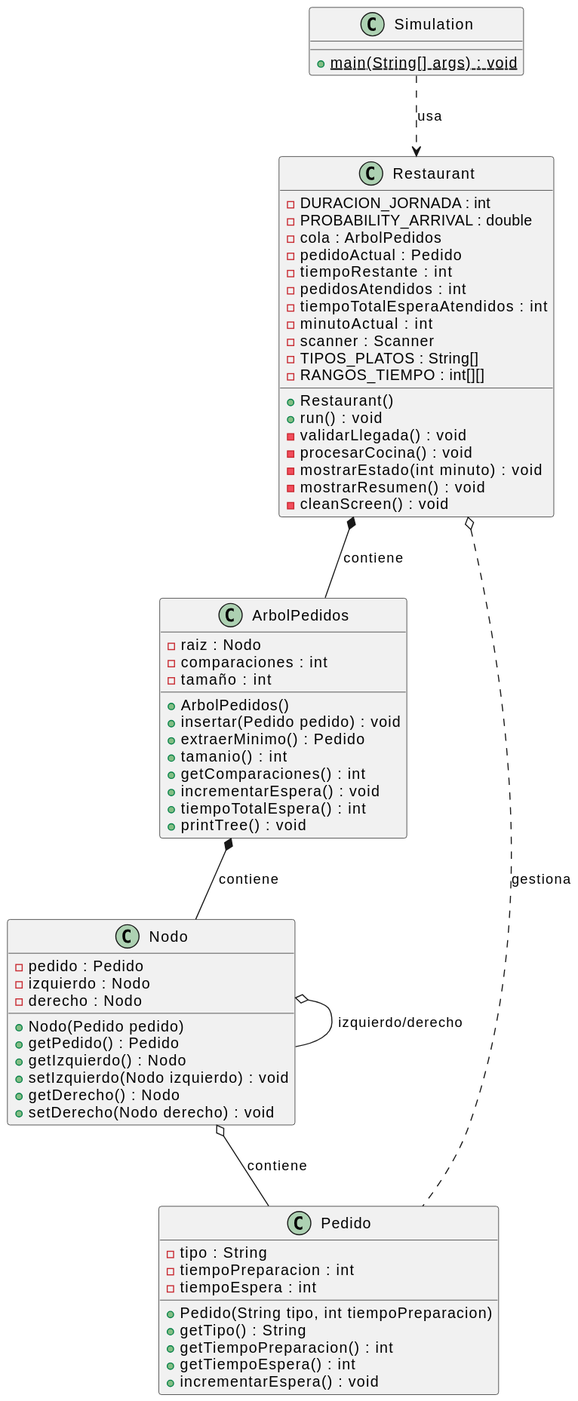
The PlantUML diagram images/entregas/masiasManuel/DdC.svg in mmasias/25-26-EDA1, before a commit.
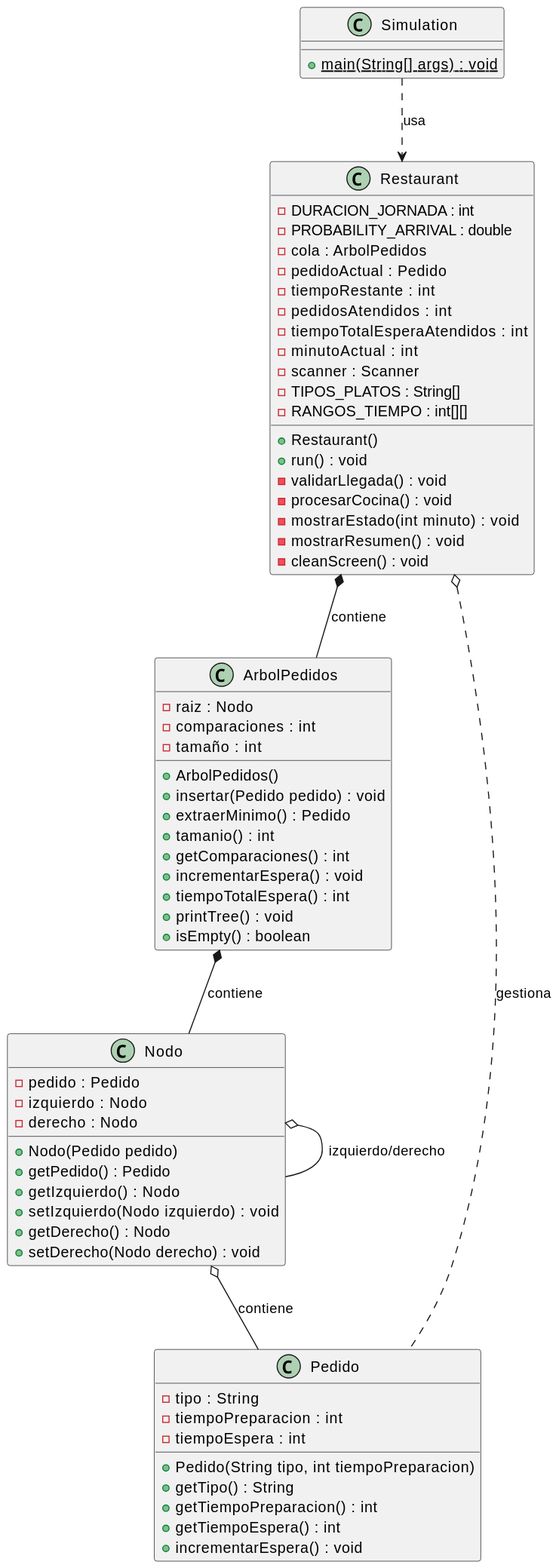
After the commit.

Change to the diagram source:
```diff
@@ -36,6 +36,7 @@
   + incrementarEspera() : void
   + tiempoTotalEspera() : int
   + printTree() : void
+  + isEmpty() : boolean
 }
 
 class Pedido {
```
